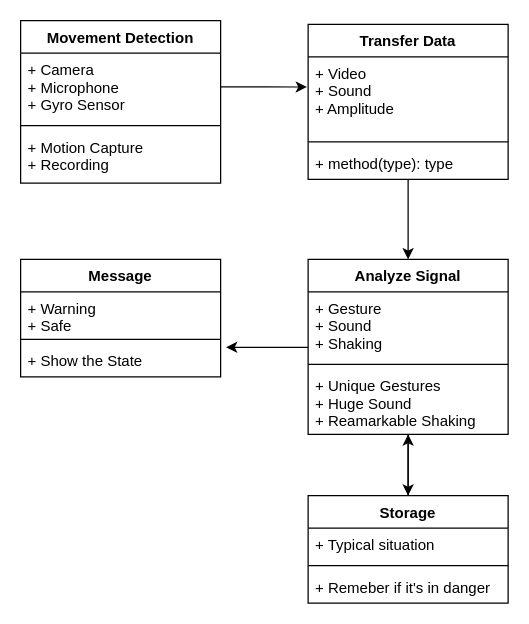
The draw.io diagram Sogongteam14_Class_Diagram.drawio in sogongteam14/doc, before the edit. Source tidied: cells renumbered, new cells numbered last; positions are measured from the earlier drawing's top-left corner, leaving out a move shared by most shapes. Both pictures are drawn from the tidied source at 125%, with x=0, y=0 at pixel (20, 20).
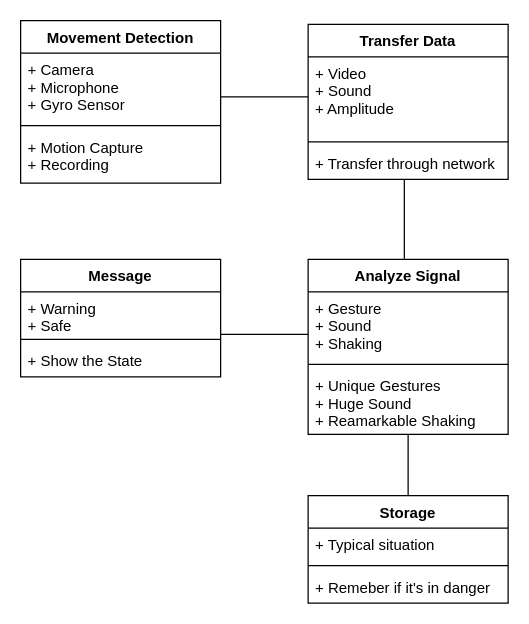
The same page after the edit.

Unchanged cells that the change refers to:
```xml
<mxCell id="3" value="+ Camera&#10;+ Microphone&#10;+ Gyro Sensor&#10;" style="text;strokeColor=none;fillColor=none;align=left;verticalAlign=top;spacingLeft=4;spacingRight=4;overflow=hidden;points=[[0,0.5],[1,0.5]];portConstraint=eastwest;" parent="2" vertex="1">
  <mxGeometry y="26" width="160" height="54" as="geometry" />
</mxCell>
<mxCell id="7" value="+ Warning&#10;+ Safe&#10;" style="text;strokeColor=none;fillColor=none;align=left;verticalAlign=top;spacingLeft=4;spacingRight=4;overflow=hidden;points=[[0,0.5],[1,0.5]];portConstraint=eastwest;" parent="6" vertex="1">
  <mxGeometry y="26" width="160" height="34" as="geometry" />
</mxCell>
<mxCell id="9" value="+ Show the State" style="text;strokeColor=none;fillColor=none;align=left;verticalAlign=top;spacingLeft=4;spacingRight=4;overflow=hidden;points=[[0,0.5],[1,0.5]];portConstraint=eastwest;" parent="6" vertex="1">
  <mxGeometry y="68" width="160" height="26" as="geometry" />
</mxCell>
<mxCell id="12" value="Analyze Signal" style="swimlane;fontStyle=1;align=center;verticalAlign=top;horizontal=1;startSize=26;" parent="1" vertex="1">
  <mxGeometry x="230" y="191" width="160" height="140" as="geometry" />
</mxCell>
<mxCell id="17" value="Transfer Data" style="swimlane;fontStyle=1;align=center;verticalAlign=top;horizontal=1;startSize=26;" parent="1" vertex="1">
  <mxGeometry x="230" y="3" width="160" height="124" as="geometry" />
</mxCell>
<mxCell id="18" value="+ Video&#10;+ Sound&#10;+ Amplitude&#10;" style="text;strokeColor=none;fillColor=none;align=left;verticalAlign=top;spacingLeft=4;spacingRight=4;overflow=hidden;points=[[0,0.5],[1,0.5]];portConstraint=eastwest;" parent="17" vertex="1">
  <mxGeometry y="26" width="160" height="64" as="geometry" />
</mxCell>
<mxCell id="22" value="Storage" style="swimlane;fontStyle=1;align=center;verticalAlign=top;horizontal=1;startSize=26;" parent="1" vertex="1">
  <mxGeometry x="230" y="380" width="160" height="86" as="geometry" />
</mxCell>
```

The edit, as a diff of the source:
```diff
@@
-    <mxCell id="10" style="edgeStyle=orthogonalEdgeStyle;rounded=0;jettySize=auto;html=1;exitX=0.5;exitY=1;exitDx=0;exitDy=0;entryX=0.5;entryY=0;entryDx=0;entryDy=0;" parent="1" edge="1" source="12" target="22">
-      <mxGeometry relative="1" as="geometry" />
-    </mxCell>
-    <mxCell id="11" style="edgeStyle=orthogonalEdgeStyle;rounded=0;jettySize=auto;html=1;exitX=0;exitY=0.5;exitDx=0;exitDy=0;entryX=1.027;entryY=0.09;entryDx=0;entryDy=0;entryPerimeter=0;" parent="1" edge="1" source="12" target="9">
-      <mxGeometry relative="1" as="geometry">
-        <Array as="points">
-          <mxPoint x="164" y="261" />
-          <mxPoint x="164" y="261" />
-        </Array>
-      </mxGeometry>
-    </mxCell>
@@
-    <mxCell id="16" style="edgeStyle=orthogonalEdgeStyle;rounded=0;jettySize=auto;html=1;exitX=0.5;exitY=1;exitDx=0;exitDy=0;entryX=0.5;entryY=0;entryDx=0;entryDy=0;" parent="1" edge="1" source="17" target="12">
-      <mxGeometry relative="1" as="geometry" />
-    </mxCell>
@@
-    <mxCell id="20" value="+ method(type): type" style="text;strokeColor=none;fillColor=none;align=left;verticalAlign=top;spacingLeft=4;spacingRight=4;overflow=hidden;points=[[0,0.5],[1,0.5]];portConstraint=eastwest;" parent="17" vertex="1">
+    <mxCell id="20" value="+ Transfer through network" style="text;strokeColor=none;fillColor=none;align=left;verticalAlign=top;spacingLeft=4;spacingRight=4;overflow=hidden;points=[[0,0.5],[1,0.5]];portConstraint=eastwest;" parent="17" vertex="1">
       <mxGeometry y="98" width="160" height="26" as="geometry" />
     </mxCell>
-    <mxCell id="21" style="edgeStyle=orthogonalEdgeStyle;rounded=0;jettySize=auto;html=1;exitX=0.5;exitY=0;exitDx=0;exitDy=0;entryX=0.5;entryY=1;entryDx=0;entryDy=0;" parent="1" edge="1" source="22" target="12">
-      <mxGeometry relative="1" as="geometry" />
-    </mxCell>
@@
-    <mxCell id="26" style="edgeStyle=orthogonalEdgeStyle;rounded=0;jettySize=auto;html=1;exitX=1;exitY=0.5;exitDx=0;exitDy=0;entryX=-0.006;entryY=0.377;entryDx=0;entryDy=0;entryPerimeter=0;" parent="1" edge="1" source="3" target="18">
-      <mxGeometry relative="1" as="geometry" />
-    </mxCell>
+    <mxCell id="27" style="endArrow=none;html=1;entryX=0;entryY=0.5;entryDx=0;entryDy=0;" parent="1" edge="1" target="18">
+      <mxGeometry relative="1" as="geometry">
+        <mxPoint x="160" y="61" as="sourcePoint" />
+      </mxGeometry>
+    </mxCell>
+    <mxCell id="28" style="endArrow=none;html=1;entryX=0.481;entryY=1.014;entryDx=0;entryDy=0;entryPerimeter=0;exitX=0.481;exitY=-0.003;exitDx=0;exitDy=0;exitPerimeter=0;" parent="1" edge="1" source="12" target="20">
+      <mxGeometry relative="1" as="geometry" />
+    </mxCell>
+    <mxCell id="29" style="endArrow=none;html=1;exitX=1.001;exitY=0.998;exitDx=0;exitDy=0;exitPerimeter=0;" parent="1" edge="1" source="7">
+      <mxGeometry relative="1" as="geometry">
+        <mxPoint x="230" y="251" as="targetPoint" />
+      </mxGeometry>
+    </mxCell>
+    <mxCell id="21" style="endArrow=none;html=1;entryX=0.5;entryY=1;entryDx=0;entryDy=0;exitX=0.5;exitY=0;exitDx=0;exitDy=0;" parent="1" edge="1" source="22" target="12">
+      <mxGeometry relative="1" as="geometry" />
+    </mxCell>
```
